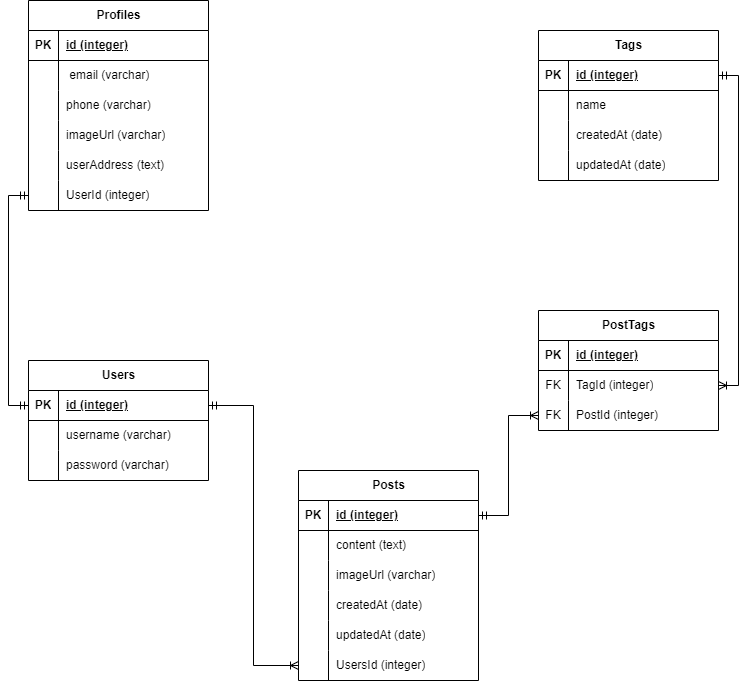
This is pair_project.png from kresnaAgisna/pair-project, a draw.io export, as it was before one commit. Source tidied: cells renumbered, new cells last; positions are measured from the earlier drawing's top-left corner, leaving out a move shared by most shapes.
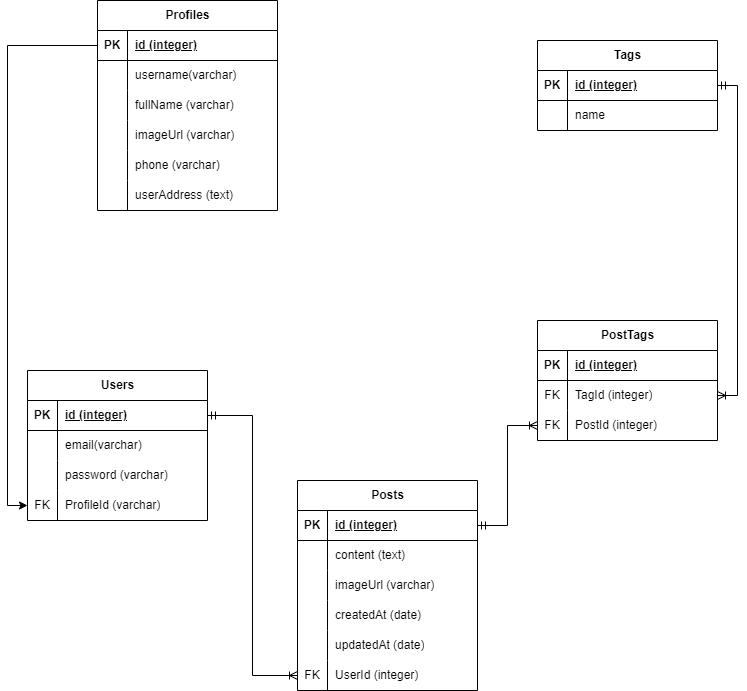
The same file after the commit.

What changed in the source:
```diff
@@ -3,7 +3,7 @@
     <mxCell id="0" />
     <mxCell id="1" parent="0" />
     <mxCell id="2" value="Users" style="shape=table;startSize=30;rowLines=0;fontStyle=1;align=center;html=1;" parent="1" vertex="1">
-      <mxGeometry y="360" width="180" height="120" as="geometry" />
+      <mxGeometry y="360" width="180" height="150" as="geometry" />
     </mxCell>
     <mxCell id="3" style="shape=tableRow;horizontal=0;startSize=0;swimlaneHead=0;swimlaneBody=0;fillColor=none;points=[[0,0.5],[1,0.5]];portConstraint=eastwest;top=0;left=0;right=0;bottom=1;" parent="2" vertex="1">
       <mxGeometry y="30" width="180" height="30" as="geometry" />
@@ -20,18 +20,27 @@
     <mxCell id="7" style="shape=partialRectangle;fillColor=none;top=0;left=0;bottom=0;right=0;overflow=hidden;whiteSpace=wrap;html=1;" parent="6" vertex="1">
       <mxGeometry width="30" height="30" as="geometry" />
     </mxCell>
-    <mxCell id="8" value="username (varchar)" style="shape=partialRectangle;fillColor=none;top=0;left=0;bottom=0;right=0;align=left;spacingLeft=6;overflow=hidden;whiteSpace=wrap;html=1;" parent="6" vertex="1">
+    <mxCell id="8" value="email(varchar)" style="shape=partialRectangle;fillColor=none;top=0;left=0;bottom=0;right=0;align=left;spacingLeft=6;overflow=hidden;whiteSpace=wrap;html=1;" parent="6" vertex="1">
       <mxGeometry x="30" width="150" height="30" as="geometry" />
     </mxCell>
-    <mxCell id="9" style="shape=tableRow;horizontal=0;startSize=0;swimlaneHead=0;swimlaneBody=0;fillColor=none;top=0;left=0;right=0;bottom=0;" parent="2" vertex="1">
-      <mxGeometry y="90" width="180" height="30" as="geometry" />
-    </mxCell>
-    <mxCell id="10" style="shape=partialRectangle;fillColor=none;top=0;left=0;bottom=0;right=0;overflow=hidden;whiteSpace=wrap;html=1;" parent="9" vertex="1">
-      <mxGeometry width="30" height="30" as="geometry" />
-    </mxCell>
+    <mxCell id="77" style="shape=tableRow;horizontal=0;startSize=0;swimlaneHead=0;swimlaneBody=0;fillColor=none;top=0;left=0;right=0;bottom=0;" parent="2" vertex="1">
+      <mxGeometry y="90" width="180" height="30" as="geometry" />
+    </mxCell>
+    <mxCell id="78" style="shape=partialRectangle;fillColor=none;top=0;left=0;bottom=0;right=0;overflow=hidden;whiteSpace=wrap;html=1;" parent="77" vertex="1">
+      <mxGeometry width="30" height="30" as="geometry" />
+    </mxCell>
-    <mxCell id="11" value="password (varchar)" style="shape=partialRectangle;fillColor=none;top=0;left=0;bottom=0;right=0;align=left;spacingLeft=6;overflow=hidden;whiteSpace=wrap;html=1;" parent="9" vertex="1">
+    <mxCell id="11" value="password (varchar)" style="shape=partialRectangle;fillColor=none;top=0;left=0;bottom=0;right=0;align=left;spacingLeft=6;overflow=hidden;whiteSpace=wrap;html=1;" parent="77" vertex="1">
       <mxGeometry x="30" width="150" height="30" as="geometry" />
     </mxCell>
+    <mxCell id="41" style="shape=tableRow;horizontal=0;startSize=0;swimlaneHead=0;swimlaneBody=0;fillColor=none;points=[[0,0.5],[1,0.5]];portConstraint=eastwest;top=0;left=0;right=0;bottom=0;" parent="2" vertex="1">
+      <mxGeometry y="120" width="180" height="30" as="geometry" />
+    </mxCell>
+    <mxCell id="79" value="FK" style="shape=partialRectangle;fillColor=none;top=0;left=0;bottom=0;right=0;overflow=hidden;whiteSpace=wrap;html=1;" parent="41" vertex="1">
+      <mxGeometry width="30" height="30" as="geometry" />
+    </mxCell>
+    <mxCell id="80" value="ProfileId (varchar)" style="shape=partialRectangle;fillColor=none;top=0;left=0;bottom=0;right=0;align=left;spacingLeft=6;overflow=hidden;whiteSpace=wrap;html=1;" parent="41" vertex="1">
+      <mxGeometry x="30" width="150" height="30" as="geometry" />
+    </mxCell>
     <mxCell id="12" value="Posts" style="shape=table;startSize=30;rowLines=0;fontStyle=1;align=center;html=1;" parent="1" vertex="1">
       <mxGeometry x="270" y="470" width="180" height="210" as="geometry" />
     </mxCell>
@@ -83,14 +92,14 @@
     <mxCell id="28" style="shape=tableRow;horizontal=0;startSize=0;swimlaneHead=0;swimlaneBody=0;fillColor=none;points=[[0,0.5],[1,0.5]];portConstraint=eastwest;top=0;left=0;right=0;bottom=0;" parent="12" vertex="1">
       <mxGeometry y="180" width="180" height="30" as="geometry" />
     </mxCell>
-    <mxCell id="29" style="shape=partialRectangle;fillColor=none;top=0;left=0;bottom=0;right=0;overflow=hidden;whiteSpace=wrap;html=1;" parent="28" vertex="1">
+    <mxCell id="29" value="FK" style="shape=partialRectangle;fillColor=none;top=0;left=0;bottom=0;right=0;overflow=hidden;whiteSpace=wrap;html=1;" parent="28" vertex="1">
       <mxGeometry width="30" height="30" as="geometry" />
     </mxCell>
-    <mxCell id="30" value="UsersId (integer)" style="shape=partialRectangle;fillColor=none;top=0;left=0;bottom=0;right=0;align=left;spacingLeft=6;overflow=hidden;whiteSpace=wrap;html=1;" parent="28" vertex="1">
+    <mxCell id="30" value="UserId (integer)" style="shape=partialRectangle;fillColor=none;top=0;left=0;bottom=0;right=0;align=left;spacingLeft=6;overflow=hidden;whiteSpace=wrap;html=1;" parent="28" vertex="1">
       <mxGeometry x="30" width="150" height="30" as="geometry" />
     </mxCell>
     <mxCell id="31" value="Tags" style="shape=table;startSize=30;rowLines=0;fontStyle=1;align=center;html=1;" parent="1" vertex="1">
-      <mxGeometry x="510" y="30" width="180" height="150" as="geometry" />
+      <mxGeometry x="510" y="30" width="180" height="90" as="geometry" />
     </mxCell>
     <mxCell id="32" style="shape=tableRow;horizontal=0;startSize=0;swimlaneHead=0;swimlaneBody=0;fillColor=none;points=[[0,0.5],[1,0.5]];portConstraint=eastwest;top=0;left=0;right=0;bottom=1;" parent="31" vertex="1">
       <mxGeometry y="30" width="180" height="30" as="geometry" />
@@ -110,26 +119,8 @@
     <mxCell id="37" value="name" style="shape=partialRectangle;fillColor=none;top=0;left=0;bottom=0;right=0;align=left;spacingLeft=6;overflow=hidden;whiteSpace=wrap;html=1;" parent="35" vertex="1">
       <mxGeometry x="30" width="150" height="30" as="geometry" />
     </mxCell>
-    <mxCell id="38" style="shape=tableRow;horizontal=0;startSize=0;swimlaneHead=0;swimlaneBody=0;fillColor=none;top=0;left=0;right=0;bottom=0;" parent="31" vertex="1">
-      <mxGeometry y="90" width="180" height="30" as="geometry" />
-    </mxCell>
-    <mxCell id="39" style="shape=partialRectangle;fillColor=none;top=0;left=0;bottom=0;right=0;overflow=hidden;whiteSpace=wrap;html=1;" parent="38" vertex="1">
-      <mxGeometry width="30" height="30" as="geometry" />
-    </mxCell>
-    <mxCell id="40" value="createdAt (date)" style="shape=partialRectangle;fillColor=none;top=0;left=0;bottom=0;right=0;align=left;spacingLeft=6;overflow=hidden;whiteSpace=wrap;html=1;" parent="38" vertex="1">
-      <mxGeometry x="30" width="150" height="30" as="geometry" />
-    </mxCell>
-    <mxCell id="41" style="shape=tableRow;horizontal=0;startSize=0;swimlaneHead=0;swimlaneBody=0;fillColor=none;points=[[0,0.5],[1,0.5]];portConstraint=eastwest;top=0;left=0;right=0;bottom=0;" parent="31" vertex="1">
-      <mxGeometry y="120" width="180" height="30" as="geometry" />
-    </mxCell>
-    <mxCell id="42" style="shape=partialRectangle;fillColor=none;top=0;left=0;bottom=0;right=0;overflow=hidden;whiteSpace=wrap;html=1;" parent="41" vertex="1">
-      <mxGeometry width="30" height="30" as="geometry" />
-    </mxCell>
-    <mxCell id="43" value="updatedAt (date)" style="shape=partialRectangle;fillColor=none;top=0;left=0;bottom=0;right=0;align=left;spacingLeft=6;overflow=hidden;whiteSpace=wrap;html=1;" parent="41" vertex="1">
-      <mxGeometry x="30" width="150" height="30" as="geometry" />
-    </mxCell>
     <mxCell id="44" value="Profiles" style="shape=table;startSize=30;rowLines=0;fontStyle=1;align=center;html=1;" parent="1" vertex="1">
-      <mxGeometry width="180" height="210" as="geometry" />
+      <mxGeometry x="70" y="-10" width="180" height="210" as="geometry" />
     </mxCell>
     <mxCell id="45" style="shape=tableRow;horizontal=0;startSize=0;swimlaneHead=0;swimlaneBody=0;fillColor=none;points=[[0,0.5],[1,0.5]];portConstraint=eastwest;top=0;left=0;right=0;bottom=1;" parent="44" vertex="1">
       <mxGeometry y="30" width="180" height="30" as="geometry" />
@@ -140,24 +131,24 @@
     <mxCell id="47" value="id (integer)" style="shape=partialRectangle;fillColor=none;top=0;left=0;bottom=0;right=0;align=left;spacingLeft=6;fontStyle=5;overflow=hidden;whiteSpace=wrap;html=1;" parent="45" vertex="1">
       <mxGeometry x="30" width="150" height="30" as="geometry" />
     </mxCell>
-    <mxCell id="48" style="shape=tableRow;horizontal=0;startSize=0;swimlaneHead=0;swimlaneBody=0;fillColor=none;top=0;left=0;right=0;bottom=0;" parent="44" vertex="1">
-      <mxGeometry y="60" width="180" height="30" as="geometry" />
-    </mxCell>
-    <mxCell id="49" style="shape=partialRectangle;fillColor=none;top=0;left=0;bottom=0;right=0;overflow=hidden;whiteSpace=wrap;html=1;" parent="48" vertex="1">
-      <mxGeometry width="30" height="30" as="geometry" />
-    </mxCell>
-    <mxCell id="50" value="&amp;nbsp;email (varchar)" style="shape=partialRectangle;fillColor=none;top=0;left=0;bottom=0;right=0;align=left;spacingLeft=6;overflow=hidden;whiteSpace=wrap;html=1;" parent="48" vertex="1">
-      <mxGeometry x="30" width="150" height="30" as="geometry" />
-    </mxCell>
     <mxCell id="51" style="shape=tableRow;horizontal=0;startSize=0;swimlaneHead=0;swimlaneBody=0;fillColor=none;top=0;left=0;right=0;bottom=0;" parent="44" vertex="1">
-      <mxGeometry y="90" width="180" height="30" as="geometry" />
+      <mxGeometry y="60" width="180" height="30" as="geometry" />
     </mxCell>
     <mxCell id="52" style="shape=partialRectangle;fillColor=none;top=0;left=0;bottom=0;right=0;overflow=hidden;whiteSpace=wrap;html=1;" parent="51" vertex="1">
       <mxGeometry width="30" height="30" as="geometry" />
     </mxCell>
-    <mxCell id="53" value="phone (varchar)" style="shape=partialRectangle;fillColor=none;top=0;left=0;bottom=0;right=0;align=left;spacingLeft=6;overflow=hidden;whiteSpace=wrap;html=1;" parent="51" vertex="1">
+    <mxCell id="53" value="username(varchar)" style="shape=partialRectangle;fillColor=none;top=0;left=0;bottom=0;right=0;align=left;spacingLeft=6;overflow=hidden;whiteSpace=wrap;html=1;" parent="51" vertex="1">
       <mxGeometry x="30" width="150" height="30" as="geometry" />
     </mxCell>
+    <mxCell id="81" style="shape=tableRow;horizontal=0;startSize=0;swimlaneHead=0;swimlaneBody=0;fillColor=none;top=0;left=0;right=0;bottom=0;" parent="44" vertex="1">
+      <mxGeometry y="90" width="180" height="30" as="geometry" />
+    </mxCell>
+    <mxCell id="82" style="shape=partialRectangle;fillColor=none;top=0;left=0;bottom=0;right=0;overflow=hidden;whiteSpace=wrap;html=1;" parent="81" vertex="1">
+      <mxGeometry width="30" height="30" as="geometry" />
+    </mxCell>
+    <mxCell id="83" value="fullName (varchar)" style="shape=partialRectangle;fillColor=none;top=0;left=0;bottom=0;right=0;align=left;spacingLeft=6;overflow=hidden;whiteSpace=wrap;html=1;" parent="81" vertex="1">
+      <mxGeometry x="30" width="150" height="30" as="geometry" />
+    </mxCell>
     <mxCell id="54" style="shape=tableRow;horizontal=0;startSize=0;swimlaneHead=0;swimlaneBody=0;fillColor=none;top=0;left=0;right=0;bottom=0;" parent="44" vertex="1">
       <mxGeometry y="120" width="180" height="30" as="geometry" />
     </mxCell>
@@ -173,21 +164,18 @@
     <mxCell id="58" style="shape=partialRectangle;fillColor=none;top=0;left=0;bottom=0;right=0;overflow=hidden;whiteSpace=wrap;html=1;" parent="57" vertex="1">
       <mxGeometry width="30" height="30" as="geometry" />
     </mxCell>
-    <mxCell id="59" value="userAddress (text)" style="shape=partialRectangle;fillColor=none;top=0;left=0;bottom=0;right=0;align=left;spacingLeft=6;overflow=hidden;whiteSpace=wrap;html=1;" parent="57" vertex="1">
+    <mxCell id="59" value="phone (varchar)" style="shape=partialRectangle;fillColor=none;top=0;left=0;bottom=0;right=0;align=left;spacingLeft=6;overflow=hidden;whiteSpace=wrap;html=1;" parent="57" vertex="1">
       <mxGeometry x="30" width="150" height="30" as="geometry" />
     </mxCell>
     <mxCell id="60" style="shape=tableRow;horizontal=0;startSize=0;swimlaneHead=0;swimlaneBody=0;fillColor=none;points=[[0,0.5],[1,0.5]];portConstraint=eastwest;top=0;left=0;right=0;bottom=0;" parent="44" vertex="1">
       <mxGeometry y="180" width="180" height="30" as="geometry" />
     </mxCell>
-    <mxCell id="61" style="shape=partialRectangle;fillColor=none;top=0;left=0;bottom=0;right=0;overflow=hidden;whiteSpace=wrap;html=1;" parent="60" vertex="1">
-      <mxGeometry width="30" height="30" as="geometry" />
-    </mxCell>
-    <mxCell id="62" value="UserId (integer)" style="shape=partialRectangle;fillColor=none;top=0;left=0;bottom=0;right=0;align=left;spacingLeft=6;overflow=hidden;whiteSpace=wrap;html=1;" parent="60" vertex="1">
-      <mxGeometry x="30" width="150" height="30" as="geometry" />
-    </mxCell>
-    <mxCell id="63" style="edgeStyle=orthogonalEdgeStyle;rounded=0;jettySize=auto;html=1;exitX=0;exitY=0.5;exitDx=0;exitDy=0;entryX=0;entryY=0.5;entryDx=0;entryDy=0;endArrow=ERmandOne;endFill=0;startArrow=ERmandOne;startFill=0;" parent="1" edge="1" source="3" target="60">
-      <mxGeometry relative="1" as="geometry" />
-    </mxCell>
+    <mxCell id="84" style="shape=partialRectangle;fillColor=none;top=0;left=0;bottom=0;right=0;overflow=hidden;whiteSpace=wrap;html=1;" parent="60" vertex="1">
+      <mxGeometry width="30" height="30" as="geometry" />
+    </mxCell>
+    <mxCell id="85" value="userAddress (text)" style="shape=partialRectangle;fillColor=none;top=0;left=0;bottom=0;right=0;align=left;spacingLeft=6;overflow=hidden;whiteSpace=wrap;html=1;" parent="60" vertex="1">
+      <mxGeometry x="30" width="150" height="30" as="geometry" />
+    </mxCell>
     <mxCell id="64" style="edgeStyle=orthogonalEdgeStyle;rounded=0;jettySize=auto;html=1;exitX=1;exitY=0.5;exitDx=0;exitDy=0;entryX=0;entryY=0.5;entryDx=0;entryDy=0;startArrow=ERmandOne;startFill=0;endArrow=ERoneToMany;endFill=0;" parent="1" edge="1" source="3" target="28">
       <mxGeometry relative="1" as="geometry" />
     </mxCell>
@@ -227,5 +215,8 @@
     <mxCell id="76" style="edgeStyle=orthogonalEdgeStyle;rounded=0;jettySize=auto;html=1;exitX=1;exitY=0.5;exitDx=0;exitDy=0;entryX=0;entryY=0.5;entryDx=0;entryDy=0;endArrow=ERoneToMany;endFill=0;startArrow=ERmandOne;startFill=0;" parent="1" edge="1" source="13" target="72">
       <mxGeometry relative="1" as="geometry" />
     </mxCell>
+    <mxCell id="86" style="edgeStyle=orthogonalEdgeStyle;rounded=0;jettySize=auto;html=1;exitX=0;exitY=0.5;exitDx=0;exitDy=0;entryX=0;entryY=0.5;entryDx=0;entryDy=0;" parent="1" edge="1" source="45" target="41">
+      <mxGeometry relative="1" as="geometry" />
+    </mxCell>
   </root>
 </mxGraphModel>
```
